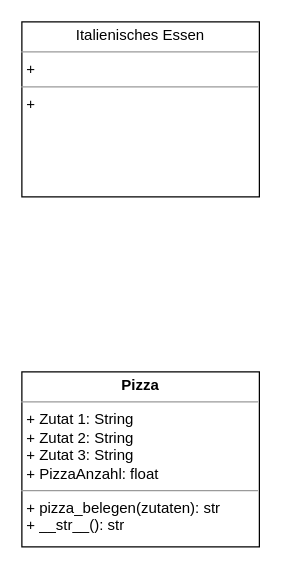
Earlier version of the draw.io diagram UML_Pizza.drawio (ygerhardt/unterricht). Source tidied: cells renumbered, new cells numbered last; positions are measured from the earlier drawing's top-left corner, leaving out a move shared by most shapes. Both pictures are drawn from the tidied source at 125%, with x=0, y=0 at pixel (21, 21).
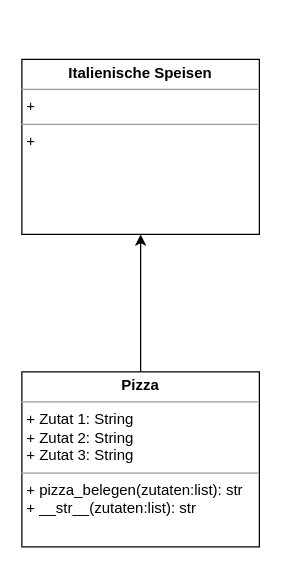
The same diagram, later.

What changed in the source:
```diff
@@
 <mxGraphModel>
   <root>
     <mxCell id="0" />
     <mxCell id="1" parent="0" />
+    <mxCell id="4" style="edgeStyle=orthogonalEdgeStyle;rounded=0;jettySize=auto;html=1;entryX=0.5;entryY=1;entryDx=0;entryDy=0;" parent="1" edge="1" source="2" target="5">
+      <mxGeometry relative="1" as="geometry" />
+    </mxCell>
-    <mxCell id="2" value="&lt;p style=&quot;margin:0px;margin-top:4px;text-align:center;&quot;&gt;&lt;b&gt;Pizza&lt;/b&gt;&lt;/p&gt;&lt;hr size=&quot;1&quot;&gt;&lt;p style=&quot;margin:0px;margin-left:4px;&quot;&gt;+ Zutat 1: String&lt;br&gt;+ Zutat 2: String&lt;/p&gt;&lt;p style=&quot;margin:0px;margin-left:4px;&quot;&gt;+ Zutat 3: String&lt;/p&gt;&lt;p style=&quot;margin:0px;margin-left:4px;&quot;&gt;+ PizzaAnzahl: float&lt;/p&gt;&lt;hr size=&quot;1&quot;&gt;&lt;p style=&quot;margin:0px;margin-left:4px;&quot;&gt;+ pizza_belegen(zutaten): str&lt;br&gt;+ __str__(): str&lt;/p&gt;" style="verticalAlign=top;align=left;overflow=fill;fontSize=12;fontFamily=Helvetica;html=1;rounded=0;shadow=0;comic=0;labelBackgroundColor=none;strokeWidth=1;" parent="1" vertex="1">
+    <mxCell id="2" value="&lt;p style=&quot;margin:0px;margin-top:4px;text-align:center;&quot;&gt;&lt;b&gt;Pizza&lt;/b&gt;&lt;/p&gt;&lt;hr size=&quot;1&quot;&gt;&lt;p style=&quot;margin:0px;margin-left:4px;&quot;&gt;+ Zutat 1: String&lt;br&gt;+ Zutat 2: String&lt;/p&gt;&lt;p style=&quot;margin:0px;margin-left:4px;&quot;&gt;+ Zutat 3: String&lt;/p&gt;&lt;hr size=&quot;1&quot;&gt;&lt;p style=&quot;margin:0px;margin-left:4px;&quot;&gt;+ pizza_belegen(zutaten:list): str&lt;br&gt;+ __str__(zutaten:list): str&amp;nbsp;&lt;/p&gt;" style="verticalAlign=top;align=left;overflow=fill;fontSize=12;fontFamily=Helvetica;html=1;rounded=0;shadow=0;comic=0;labelBackgroundColor=none;strokeWidth=1;" parent="1" vertex="1">
       <mxGeometry y="280" width="190" height="140" as="geometry" />
     </mxCell>
-    <mxCell id="3" value="&lt;p style=&quot;margin:0px;margin-top:4px;text-align:center;&quot;&gt;Italienisches Essen&lt;/p&gt;&lt;hr size=&quot;1&quot;&gt;&lt;p style=&quot;margin:0px;margin-left:4px;&quot;&gt;+&amp;nbsp;&lt;/p&gt;&lt;hr size=&quot;1&quot;&gt;&lt;p style=&quot;margin:0px;margin-left:4px;&quot;&gt;+&amp;nbsp;&lt;br&gt;&lt;/p&gt;" style="verticalAlign=top;align=left;overflow=fill;fontSize=12;fontFamily=Helvetica;html=1;rounded=0;shadow=0;comic=0;labelBackgroundColor=none;strokeWidth=1;" parent="1" vertex="1">
-      <mxGeometry width="190" height="140" as="geometry" />
-    </mxCell>
+    <mxCell id="5" value="&lt;p style=&quot;margin:0px;margin-top:4px;text-align:center;&quot;&gt;&lt;b&gt;Italienische Speisen&lt;/b&gt;&lt;/p&gt;&lt;hr size=&quot;1&quot;&gt;&lt;p style=&quot;margin:0px;margin-left:4px;&quot;&gt;+&amp;nbsp;&lt;/p&gt;&lt;hr size=&quot;1&quot;&gt;&lt;p style=&quot;margin:0px;margin-left:4px;&quot;&gt;+&amp;nbsp;&lt;/p&gt;" style="verticalAlign=top;align=left;overflow=fill;fontSize=12;fontFamily=Helvetica;html=1;rounded=0;shadow=0;comic=0;labelBackgroundColor=none;strokeWidth=1;" parent="1" vertex="1">
+      <mxGeometry y="30" width="190" height="140" as="geometry" />
+    </mxCell>
   </root>
 </mxGraphModel>
```
